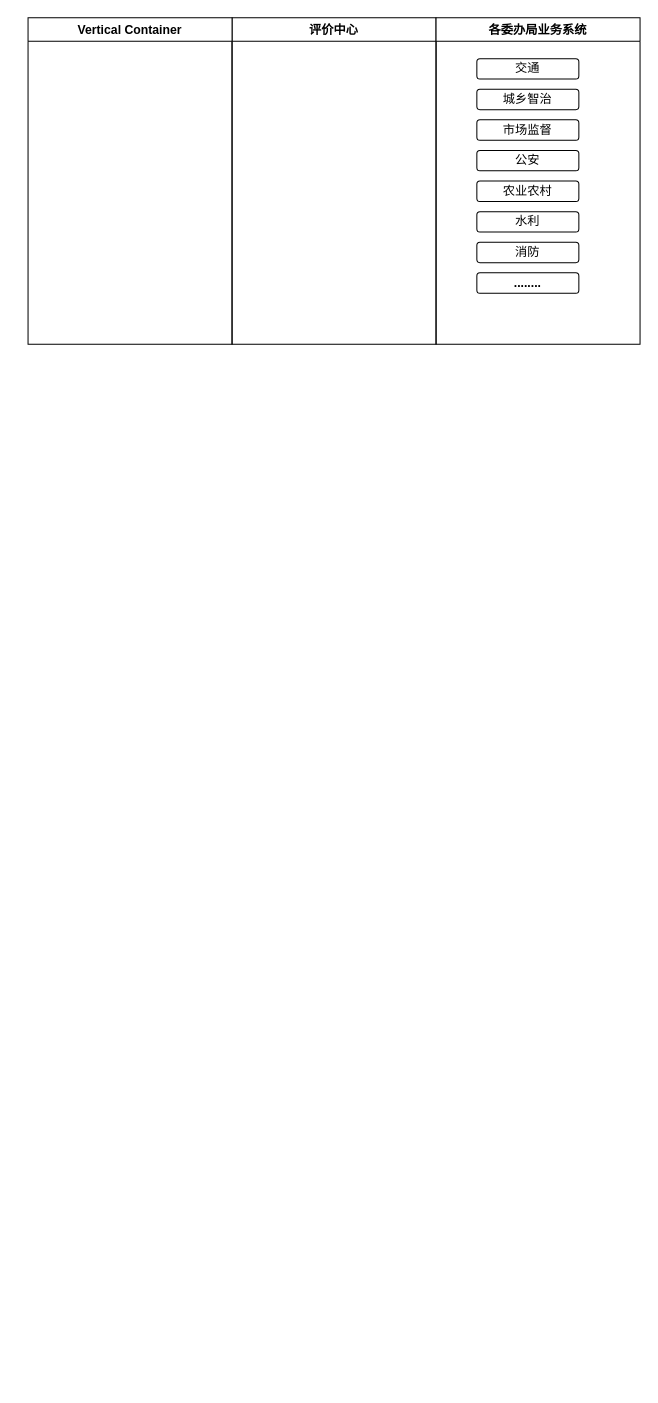
xgeed/x keeps this draw.io diagram as 未命名绘图.drawio. Above is the earlier version. Source tidied: cells renumbered, new cells numbered last; positions are measured from the earlier drawing's top-left corner, leaving out a move shared by most shapes. Both pictures are drawn from the tidied source at 102%, with x=0, y=0 at pixel (28, 17).
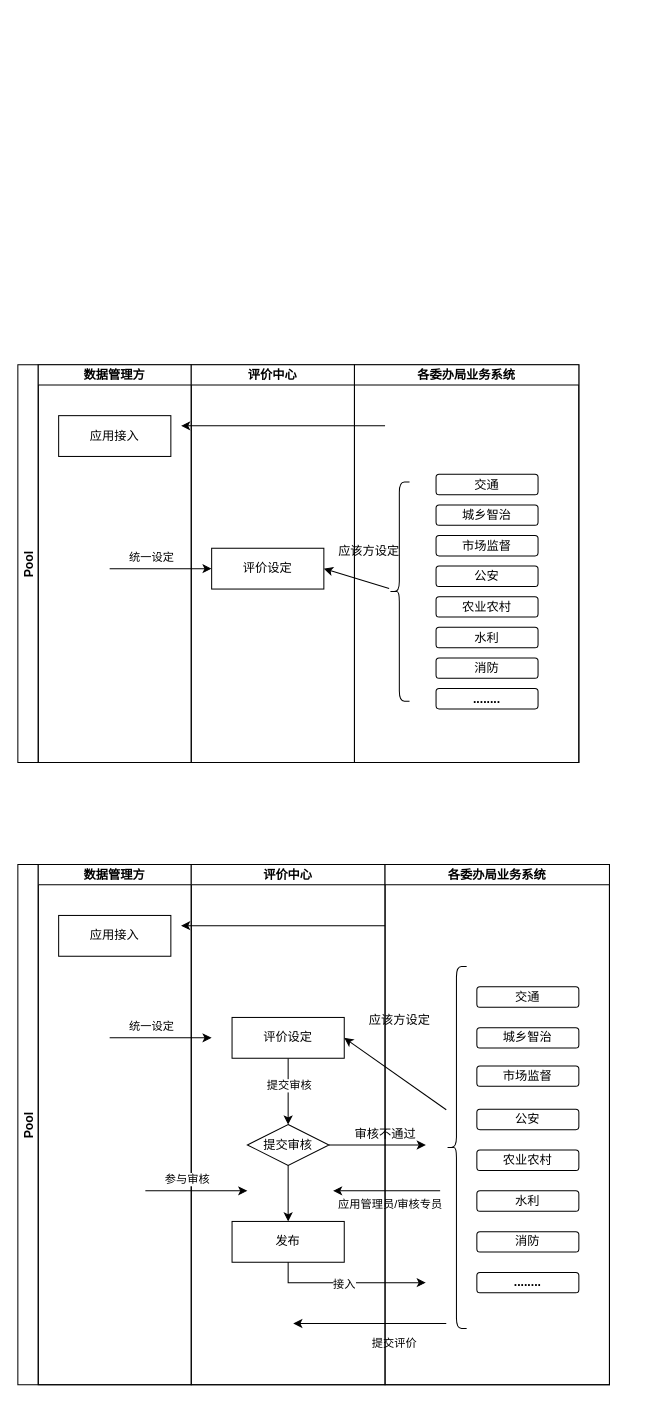
The same diagram, later.

Commit message (it also covers changes not shown here):
更新未命名绘图.drawio

Change to the diagram source:
```diff
@@
-    <mxCell id="2" value="评价中心" style="swimlane;" parent="1" vertex="1">
-      <mxGeometry x="200" width="200" height="320" as="geometry" />
-    </mxCell>
-    <mxCell id="3" value="Vertical Container" style="swimlane;" parent="1" vertex="1">
-      <mxGeometry width="200" height="320" as="geometry" />
-    </mxCell>
-    <mxCell id="4" value="各委办局业务系统" style="swimlane;" parent="1" vertex="1">
-      <mxGeometry x="400" width="200" height="320" as="geometry" />
-    </mxCell>
-    <mxCell id="5" value="交通" style="rounded=1;whiteSpace=wrap;html=1;" parent="4" vertex="1">
-      <mxGeometry x="40" y="40" width="100" height="20" as="geometry" />
-    </mxCell>
-    <mxCell id="6" value="城乡智治" style="rounded=1;whiteSpace=wrap;html=1;" parent="4" vertex="1">
-      <mxGeometry x="40" y="70" width="100" height="20" as="geometry" />
-    </mxCell>
-    <mxCell id="7" value="市场监督" style="rounded=1;whiteSpace=wrap;html=1;" parent="4" vertex="1">
-      <mxGeometry x="40" y="100" width="100" height="20" as="geometry" />
-    </mxCell>
-    <mxCell id="8" value="公安" style="rounded=1;whiteSpace=wrap;html=1;" parent="4" vertex="1">
-      <mxGeometry x="40" y="130" width="100" height="20" as="geometry" />
-    </mxCell>
-    <mxCell id="9" value="农业农村" style="rounded=1;whiteSpace=wrap;html=1;" parent="4" vertex="1">
-      <mxGeometry x="40" y="160" width="100" height="20" as="geometry" />
-    </mxCell>
-    <mxCell id="10" value="水利" style="rounded=1;whiteSpace=wrap;html=1;" parent="4" vertex="1">
-      <mxGeometry x="40" y="190" width="100" height="20" as="geometry" />
-    </mxCell>
-    <mxCell id="11" value="消防" style="rounded=1;whiteSpace=wrap;html=1;" parent="4" vertex="1">
-      <mxGeometry x="40" y="220" width="100" height="20" as="geometry" />
-    </mxCell>
-    <mxCell id="12" value="........" style="rounded=1;whiteSpace=wrap;html=1;fontStyle=1;" parent="4" vertex="1">
-      <mxGeometry x="40" y="250" width="100" height="20" as="geometry" />
-    </mxCell>
+    <mxCell id="13" value="Pool" style="swimlane;startSize=20;horizontal=0;" parent="1" vertex="1">
+      <mxGeometry x="-10" y="340" width="550" height="390" as="geometry" />
+    </mxCell>
+    <mxCell id="14" value="数据管理方" style="swimlane;startSize=20;" parent="13" vertex="1">
+      <mxGeometry x="20" width="150" height="390" as="geometry" />
+    </mxCell>
+    <mxCell id="15" value="应用接入" style="rounded=0;whiteSpace=wrap;html=1;" parent="14" vertex="1">
+      <mxGeometry x="20" y="50" width="110" height="40" as="geometry" />
+    </mxCell>
+    <mxCell id="16" style="endArrow=classic;html=1;rounded=0;" parent="14" edge="1">
+      <mxGeometry relative="1" as="geometry">
+        <mxPoint x="70" y="200" as="sourcePoint" />
+        <mxPoint x="170" y="200" as="targetPoint" />
+      </mxGeometry>
+    </mxCell>
+    <mxCell id="17" value="统一设定" style="edgeLabel;html=1;align=center;verticalAlign=middle;" parent="16" vertex="1">
+      <mxGeometry x="-0.21" y="2" relative="1" as="geometry">
+        <mxPoint y="-10" as="offset" />
+      </mxGeometry>
+    </mxCell>
+    <mxCell id="18" value="评价中心" style="swimlane;startSize=20;" parent="13" vertex="1">
+      <mxGeometry x="170" width="160" height="390" as="geometry" />
+    </mxCell>
+    <mxCell id="19" style="endArrow=classic;html=1;rounded=0;" parent="18" edge="1">
+      <mxGeometry relative="1" as="geometry">
+        <mxPoint x="190" y="60" as="sourcePoint" />
+        <mxPoint x="-10" y="60" as="targetPoint" />
+      </mxGeometry>
+    </mxCell>
+    <mxCell id="20" value="评价设定" style="rounded=0;whiteSpace=wrap;html=1;" parent="18" vertex="1">
+      <mxGeometry x="20" y="180" width="110" height="40" as="geometry" />
+    </mxCell>
+    <mxCell id="21" value="各委办局业务系统" style="swimlane;startSize=20;" parent="13" vertex="1">
+      <mxGeometry x="330" width="220" height="390" as="geometry" />
+    </mxCell>
+    <mxCell id="22" value="交通" style="rounded=1;whiteSpace=wrap;html=1;" parent="21" vertex="1">
+      <mxGeometry x="80" y="107.5" width="100" height="20" as="geometry" />
+    </mxCell>
+    <mxCell id="23" value="城乡智治" style="rounded=1;whiteSpace=wrap;html=1;" parent="21" vertex="1">
+      <mxGeometry x="80" y="137.5" width="100" height="20" as="geometry" />
+    </mxCell>
+    <mxCell id="24" value="市场监督" style="rounded=1;whiteSpace=wrap;html=1;" parent="21" vertex="1">
+      <mxGeometry x="80" y="167.5" width="100" height="20" as="geometry" />
+    </mxCell>
+    <mxCell id="25" value="公安" style="rounded=1;whiteSpace=wrap;html=1;" parent="21" vertex="1">
+      <mxGeometry x="80" y="197.5" width="100" height="20" as="geometry" />
+    </mxCell>
+    <mxCell id="26" value="农业农村" style="rounded=1;whiteSpace=wrap;html=1;" parent="21" vertex="1">
+      <mxGeometry x="80" y="227.5" width="100" height="20" as="geometry" />
+    </mxCell>
+    <mxCell id="27" value="水利" style="rounded=1;whiteSpace=wrap;html=1;" parent="21" vertex="1">
+      <mxGeometry x="80" y="257.5" width="100" height="20" as="geometry" />
+    </mxCell>
+    <mxCell id="28" value="消防" style="rounded=1;whiteSpace=wrap;html=1;" parent="21" vertex="1">
+      <mxGeometry x="80" y="287.5" width="100" height="20" as="geometry" />
+    </mxCell>
+    <mxCell id="29" value="........" style="rounded=1;whiteSpace=wrap;html=1;fontStyle=1;" parent="21" vertex="1">
+      <mxGeometry x="80" y="317.5" width="100" height="20" as="geometry" />
+    </mxCell>
+    <mxCell id="30" style="shape=curlyBracket;whiteSpace=wrap;html=1;rounded=1;size=0.5;" parent="21" vertex="1">
+      <mxGeometry x="34" y="115" width="20" height="215" as="geometry" />
+    </mxCell>
+    <mxCell id="31" value="应该方设定" style="text;html=1;align=center;verticalAlign=middle;strokeColor=none;fillColor=none;" parent="21" vertex="1">
+      <mxGeometry x="-26" y="167.5" width="80" height="30" as="geometry" />
+    </mxCell>
+    <mxCell id="32" style="endArrow=classic;html=1;rounded=0;entryX=1;entryY=0.5;entryDx=0;entryDy=0;" parent="13" edge="1" source="30" target="20">
+      <mxGeometry relative="1" as="geometry" />
+    </mxCell>
+    <mxCell id="33" value="Pool" style="swimlane;startSize=20;horizontal=0;" parent="1" vertex="1">
+      <mxGeometry x="-10" y="830" width="580" height="510" as="geometry" />
+    </mxCell>
+    <mxCell id="34" value="数据管理方" style="swimlane;startSize=20;" parent="33" vertex="1">
+      <mxGeometry x="20" width="150" height="510" as="geometry" />
+    </mxCell>
+    <mxCell id="35" value="应用接入" style="rounded=0;whiteSpace=wrap;html=1;" parent="34" vertex="1">
+      <mxGeometry x="20" y="50" width="110" height="40" as="geometry" />
+    </mxCell>
+    <mxCell id="36" style="endArrow=classic;html=1;rounded=0;" parent="34" edge="1">
+      <mxGeometry relative="1" as="geometry">
+        <mxPoint x="70" y="170" as="sourcePoint" />
+        <mxPoint x="170" y="170" as="targetPoint" />
+      </mxGeometry>
+    </mxCell>
+    <mxCell id="37" value="统一设定" style="edgeLabel;html=1;align=center;verticalAlign=middle;" parent="36" vertex="1">
+      <mxGeometry x="-0.21" y="2" relative="1" as="geometry">
+        <mxPoint y="-10" as="offset" />
+      </mxGeometry>
+    </mxCell>
+    <mxCell id="38" value="评价中心" style="swimlane;startSize=20;" parent="33" vertex="1">
+      <mxGeometry x="170" width="190" height="510" as="geometry" />
+    </mxCell>
+    <mxCell id="39" style="endArrow=classic;html=1;rounded=0;" parent="38" edge="1">
+      <mxGeometry relative="1" as="geometry">
+        <mxPoint x="190" y="60" as="sourcePoint" />
+        <mxPoint x="-10" y="60" as="targetPoint" />
+      </mxGeometry>
+    </mxCell>
+    <mxCell id="40" style="edgeStyle=orthogonalEdgeStyle;rounded=0;jettySize=auto;html=1;entryX=0.5;entryY=0;entryDx=0;entryDy=0;" parent="38" edge="1" source="42" target="44">
+      <mxGeometry relative="1" as="geometry" />
+    </mxCell>
+    <mxCell id="41" value="提交审核" style="edgeLabel;html=1;align=center;verticalAlign=middle;" parent="40" vertex="1">
+      <mxGeometry x="-0.19" relative="1" as="geometry" />
+    </mxCell>
+    <mxCell id="42" value="评价设定" style="rounded=0;whiteSpace=wrap;html=1;" parent="38" vertex="1">
+      <mxGeometry x="40" y="150" width="110" height="40" as="geometry" />
+    </mxCell>
+    <mxCell id="43" style="edgeStyle=orthogonalEdgeStyle;rounded=0;jettySize=auto;html=1;entryX=0.5;entryY=0;entryDx=0;entryDy=0;" parent="38" edge="1" source="44" target="46">
+      <mxGeometry relative="1" as="geometry" />
+    </mxCell>
+    <mxCell id="44" value="提交审核" style="rhombus;whiteSpace=wrap;html=1;" parent="38" vertex="1">
+      <mxGeometry x="55" y="255" width="80" height="40" as="geometry" />
+    </mxCell>
+    <mxCell id="45" value="审核不通过" style="text;html=1;align=center;verticalAlign=middle;strokeColor=none;fillColor=none;" parent="38" vertex="1">
+      <mxGeometry x="150" y="250" width="80" height="30" as="geometry" />
+    </mxCell>
+    <mxCell id="46" value="发布" style="rounded=0;whiteSpace=wrap;html=1;" parent="38" vertex="1">
+      <mxGeometry x="40" y="350" width="110" height="40" as="geometry" />
+    </mxCell>
+    <mxCell id="47" style="endArrow=classic;html=1;rounded=0;" parent="38" edge="1">
+      <mxGeometry relative="1" as="geometry">
+        <mxPoint x="-45" y="320" as="sourcePoint" />
+        <mxPoint x="55" y="320" as="targetPoint" />
+      </mxGeometry>
+    </mxCell>
+    <mxCell id="48" value="参与审核" style="edgeLabel;html=1;align=center;verticalAlign=middle;" parent="47" vertex="1">
+      <mxGeometry x="-0.21" y="2" relative="1" as="geometry">
+        <mxPoint y="-10" as="offset" />
+      </mxGeometry>
+    </mxCell>
+    <mxCell id="49" style="endArrow=classic;html=1;rounded=0;" parent="38" edge="1">
+      <mxGeometry relative="1" as="geometry">
+        <mxPoint x="250" y="450" as="sourcePoint" />
+        <mxPoint x="100" y="450" as="targetPoint" />
+      </mxGeometry>
+    </mxCell>
+    <mxCell id="50" value="各委办局业务系统" style="swimlane;startSize=20;" parent="33" vertex="1">
+      <mxGeometry x="360" width="220" height="510" as="geometry" />
+    </mxCell>
+    <mxCell id="51" value="交通" style="rounded=1;whiteSpace=wrap;html=1;" parent="50" vertex="1">
+      <mxGeometry x="90" y="120" width="100" height="20" as="geometry" />
+    </mxCell>
+    <mxCell id="52" value="城乡智治" style="rounded=1;whiteSpace=wrap;html=1;" parent="50" vertex="1">
+      <mxGeometry x="90" y="160" width="100" height="20" as="geometry" />
+    </mxCell>
+    <mxCell id="53" value="市场监督" style="rounded=1;whiteSpace=wrap;html=1;" parent="50" vertex="1">
+      <mxGeometry x="90" y="197.5" width="100" height="20" as="geometry" />
+    </mxCell>
+    <mxCell id="54" value="公安" style="rounded=1;whiteSpace=wrap;html=1;" parent="50" vertex="1">
+      <mxGeometry x="90" y="240" width="100" height="20" as="geometry" />
+    </mxCell>
+    <mxCell id="55" value="农业农村" style="rounded=1;whiteSpace=wrap;html=1;" parent="50" vertex="1">
+      <mxGeometry x="90" y="280" width="100" height="20" as="geometry" />
+    </mxCell>
+    <mxCell id="56" value="水利" style="rounded=1;whiteSpace=wrap;html=1;" parent="50" vertex="1">
+      <mxGeometry x="90" y="320" width="100" height="20" as="geometry" />
+    </mxCell>
+    <mxCell id="57" value="消防" style="rounded=1;whiteSpace=wrap;html=1;" parent="50" vertex="1">
+      <mxGeometry x="90" y="360" width="100" height="20" as="geometry" />
+    </mxCell>
+    <mxCell id="58" value="........" style="rounded=1;whiteSpace=wrap;html=1;fontStyle=1;" parent="50" vertex="1">
+      <mxGeometry x="90" y="400" width="100" height="20" as="geometry" />
+    </mxCell>
+    <mxCell id="59" style="shape=curlyBracket;whiteSpace=wrap;html=1;rounded=1;size=0.5;" parent="50" vertex="1">
+      <mxGeometry x="60" y="100" width="20" height="355" as="geometry" />
+    </mxCell>
+    <mxCell id="60" value="应该方设定" style="text;html=1;align=center;verticalAlign=middle;strokeColor=none;fillColor=none;" parent="50" vertex="1">
+      <mxGeometry x="-26" y="137.5" width="80" height="30" as="geometry" />
+    </mxCell>
+    <mxCell id="61" style="endArrow=classic;html=1;rounded=0;entryX=1;entryY=0.5;entryDx=0;entryDy=0;" parent="50" edge="1">
+      <mxGeometry relative="1" as="geometry">
+        <mxPoint x="54" y="320" as="sourcePoint" />
+        <mxPoint x="-51" y="320" as="targetPoint" />
+      </mxGeometry>
+    </mxCell>
+    <mxCell id="62" value="&lt;font style=&quot;font-size: 11px;&quot;&gt;应用管理员/审核专员&lt;/font&gt;" style="text;html=1;align=center;verticalAlign=middle;strokeColor=none;fillColor=none;fontSize=10;" parent="50" vertex="1">
+      <mxGeometry x="-60" y="317.5" width="130" height="30" as="geometry" />
+    </mxCell>
+    <mxCell id="63" value="提交评价" style="text;html=1;align=center;verticalAlign=middle;strokeColor=none;fillColor=none;fontSize=11;" parent="50" vertex="1">
+      <mxGeometry x="-26" y="455" width="70" height="30" as="geometry" />
+    </mxCell>
+    <mxCell id="64" style="endArrow=classic;html=1;rounded=0;entryX=1;entryY=0.5;entryDx=0;entryDy=0;" parent="33" edge="1" target="42">
+      <mxGeometry relative="1" as="geometry">
+        <mxPoint x="420" y="240.5" as="sourcePoint" />
+      </mxGeometry>
+    </mxCell>
+    <mxCell id="65" style="edgeStyle=orthogonalEdgeStyle;rounded=0;jettySize=auto;html=1;" parent="1" edge="1" source="44">
+      <mxGeometry relative="1" as="geometry">
+        <mxPoint x="390" y="1105" as="targetPoint" />
+      </mxGeometry>
+    </mxCell>
+    <mxCell id="66" style="edgeStyle=orthogonalEdgeStyle;rounded=0;jettySize=auto;html=1;fontSize=11;exitX=0.5;exitY=1;exitDx=0;exitDy=0;" parent="1" edge="1" source="46">
+      <mxGeometry relative="1" as="geometry">
+        <mxPoint x="390" y="1240" as="targetPoint" />
+        <Array as="points">
+          <mxPoint x="255" y="1240" />
+        </Array>
+      </mxGeometry>
+    </mxCell>
+    <mxCell id="67" value="接入" style="edgeLabel;html=1;align=center;verticalAlign=middle;fontSize=11;" parent="66" vertex="1">
+      <mxGeometry x="-0.05" y="-1" relative="1" as="geometry" />
+    </mxCell>
```
